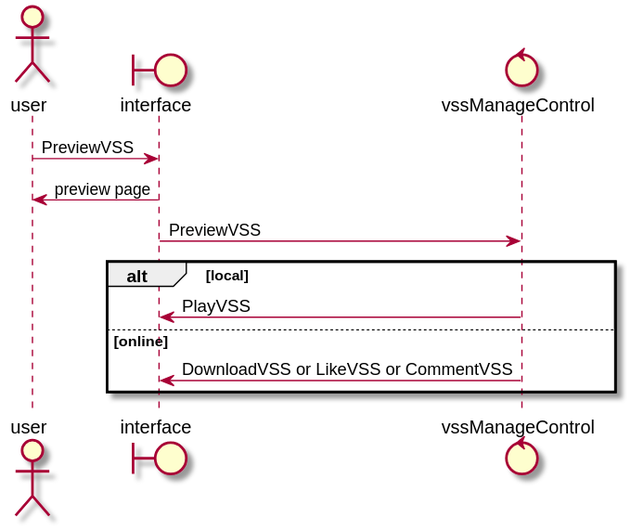
Before: 需求定义和分析/SeqDiagram/previewvss.svg, a diagram exported from PlantUML (kpp19920121/doc). Its diagram source:
```plantuml
@startuml
actor user
boundary interface
control vssManageControl

user -> interface: PreviewVSS
interface -> user: preview page
interface -> vssManageControl: PreviewVSS

alt local
    vssManageControl -> interface: PlayVSS
else online
    vssManageControl -> interface: DownloadVSS or LikeVSS or CommentVSS
end
@enduml
```
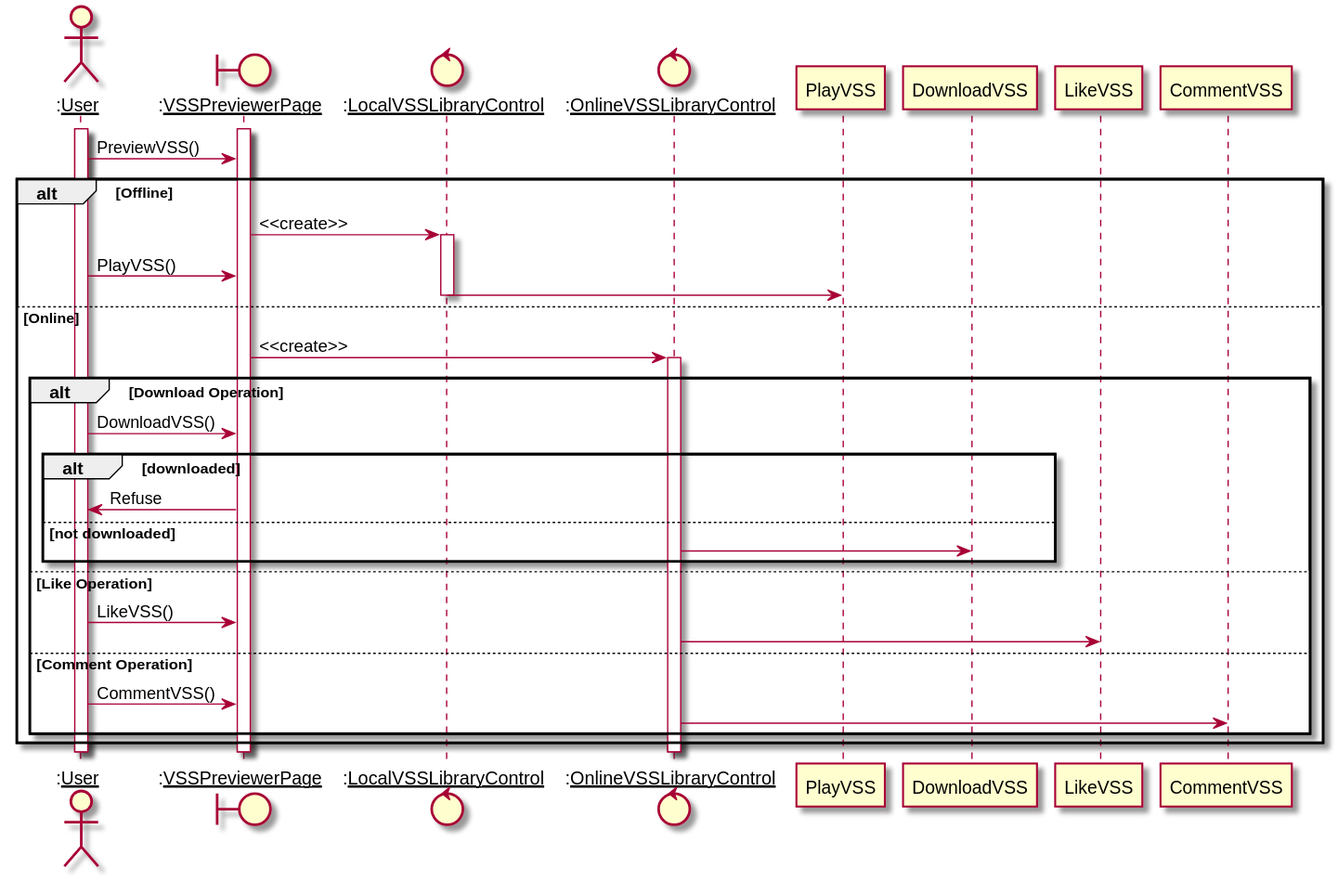
Later version of the same file.

Diff of the diagram source:
```diff
@@ -1,15 +1,37 @@
 @startuml
-actor user
-boundary interface
-control vssManageControl
+actor ":__User__" as User
+boundary ":__VSSPreviewerPage__" as VSSPreviewerPage
+control ":__LocalVSSLibraryControl__" as LocalVSSLibraryControl
+control ":__OnlineVSSLibraryControl__" as OnlineVSSLibraryControl
 
-user -> interface: PreviewVSS
-interface -> user: preview page
-interface -> vssManageControl: PreviewVSS
-
-alt local
-    vssManageControl -> interface: PlayVSS
-else online
-    vssManageControl -> interface: DownloadVSS or LikeVSS or CommentVSS
+activate User
+activate VSSPreviewerPage
+User -> VSSPreviewerPage: PreviewVSS()
+alt Offline
+    VSSPreviewerPage -> LocalVSSLibraryControl: <<create>>
+    activate LocalVSSLibraryControl
+    User -> VSSPreviewerPage: PlayVSS()
+    LocalVSSLibraryControl -> PlayVSS
+    deactivate LocalVSSLibraryControl
+else Online
+    VSSPreviewerPage -> OnlineVSSLibraryControl: <<create>>
+    activate OnlineVSSLibraryControl
+    alt Download Operation
+        User -> VSSPreviewerPage: DownloadVSS()
+        alt downloaded
+            VSSPreviewerPage -> User: Refuse
+        else not downloaded
+            OnlineVSSLibraryControl -> DownloadVSS
+        end
+    else Like Operation
+        User -> VSSPreviewerPage: LikeVSS()
+        OnlineVSSLibraryControl -> LikeVSS
+    else Comment Operation
+        User -> VSSPreviewerPage: CommentVSS()
+        OnlineVSSLibraryControl -> CommentVSS
+    end
 end
+deactivate OnlineVSSLibraryControl
+deactivate VSSPreviewerPage
+deactivate User
 @enduml
```
